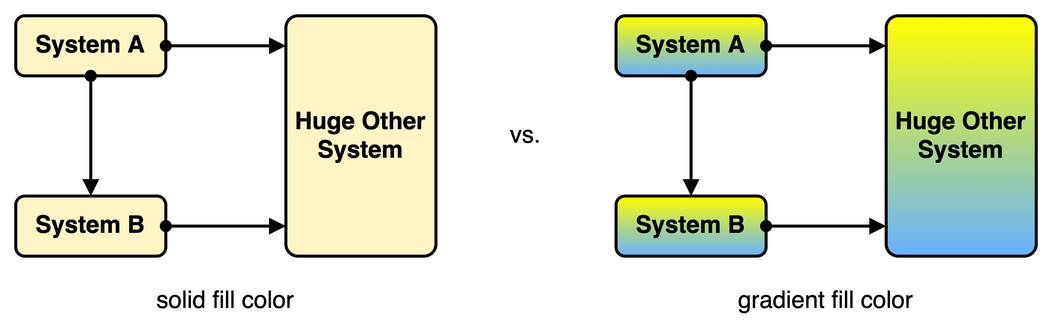
The draw.io diagram diagrams/general-guideline_no-color-gradients.png in martinleggewie/visual-tips-for-creating-schematic-diagrams, before a commit. Source tidied: cells renumbered, new cells last; positions are measured from the earlier drawing's top-left corner, leaving out a move shared by most shapes.
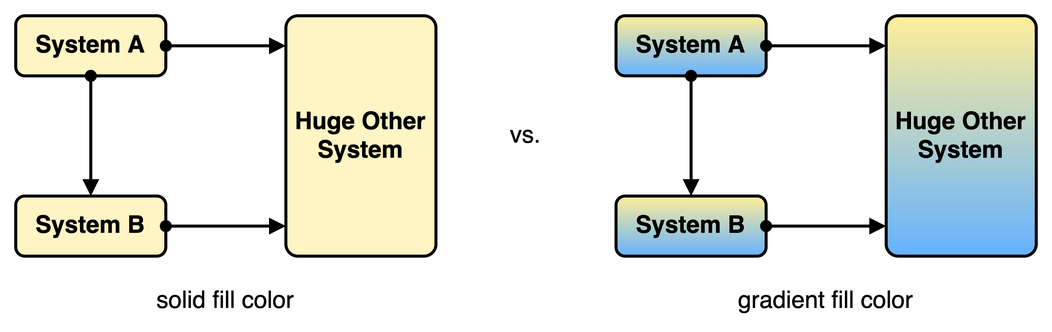
Later version of the same file.

Commit message:
updated general guideline about color gradients

Change to the diagram source:
```diff
@@ -28,10 +28,10 @@
         <mxPoint x="190" y="150" as="targetPoint" />
       </mxGeometry>
     </mxCell>
-    <mxCell id="10" value="System A" style="rounded=1;whiteSpace=wrap;html=1;strokeWidth=2;fontSize=16;fontStyle=1;gradientColor=#FFFF00;gradientDirection=north;fillColor=#66B2FF;" parent="3" vertex="1">
+    <mxCell id="10" value="System A" style="rounded=1;whiteSpace=wrap;html=1;strokeWidth=2;fontSize=16;fontStyle=1;gradientDirection=north;fillColor=#66B2FF;gradientColor=#FFEE99;" parent="3" vertex="1">
       <mxGeometry x="410" y="10" width="100" height="40" as="geometry" />
     </mxCell>
-    <mxCell id="11" value="Huge Other&lt;br&gt;System" style="rounded=1;whiteSpace=wrap;html=1;strokeWidth=2;fontSize=16;fontStyle=1;gradientColor=#FFFF00;gradientDirection=north;fillColor=#66B2FF;arcSize=8;" parent="3" vertex="1">
+    <mxCell id="11" value="Huge Other&lt;br&gt;System" style="rounded=1;whiteSpace=wrap;html=1;strokeWidth=2;fontSize=16;fontStyle=1;gradientDirection=north;fillColor=#66B2FF;arcSize=8;gradientColor=#FFEE99;" parent="3" vertex="1">
       <mxGeometry x="590" y="10" width="100" height="160" as="geometry" />
     </mxCell>
     <mxCell id="12" style="rounded=0;jettySize=auto;html=1;fontSize=16;endArrow=block;endFill=1;startArrow=oval;startFill=1;strokeWidth=2;" parent="3" edge="1" source="10">
@@ -39,7 +39,7 @@
         <mxPoint x="590" y="30" as="targetPoint" />
       </mxGeometry>
     </mxCell>
-    <mxCell id="13" value="System B" style="rounded=1;whiteSpace=wrap;html=1;strokeWidth=2;fontSize=16;fontStyle=1;gradientColor=#FFFF00;gradientDirection=north;fillColor=#66B2FF;" parent="3" vertex="1">
+    <mxCell id="13" value="System B" style="rounded=1;whiteSpace=wrap;html=1;strokeWidth=2;fontSize=16;fontStyle=1;gradientDirection=north;fillColor=#66B2FF;gradientColor=#FFEE99;" parent="3" vertex="1">
       <mxGeometry x="410" y="130" width="100" height="40" as="geometry" />
     </mxCell>
     <mxCell id="14" style="edgeStyle=none;rounded=0;jettySize=auto;html=1;startArrow=oval;startFill=1;endArrow=block;endFill=1;strokeWidth=2;fontSize=16;" parent="3" edge="1" source="10" target="13">
```
